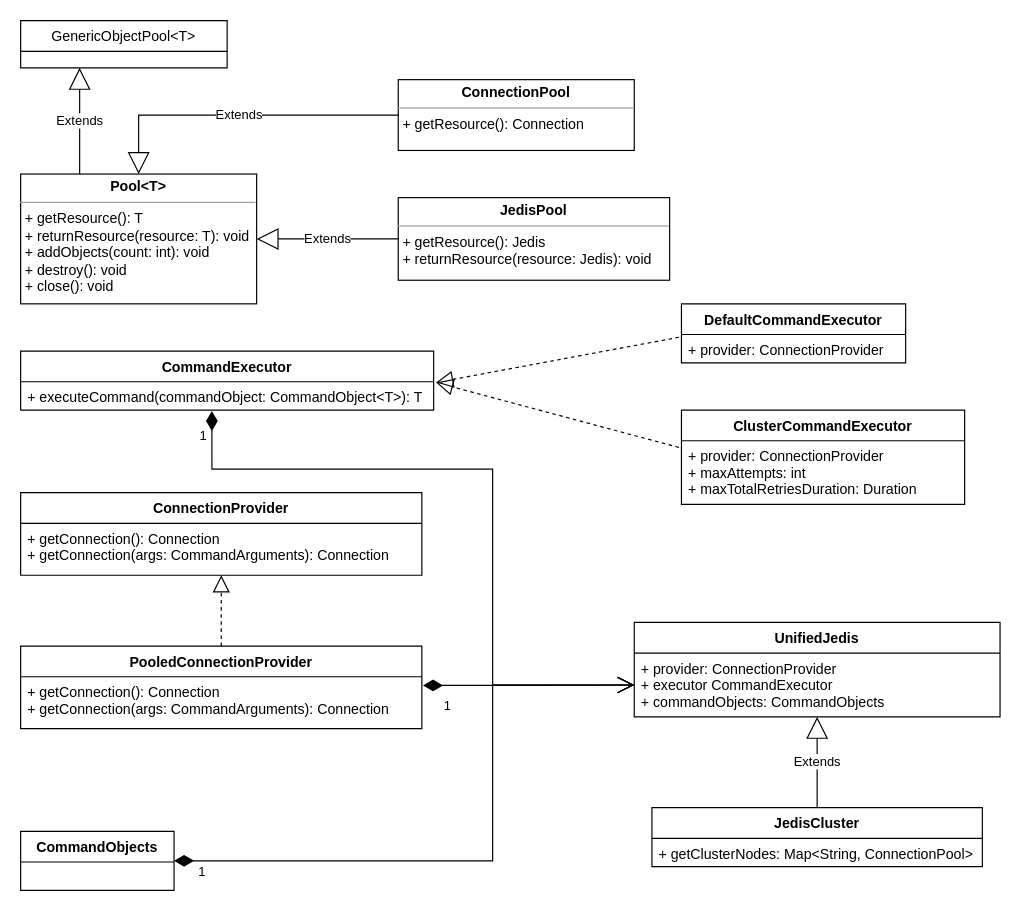
Earlier version of the draw.io diagram Jedis Pool Class UML.drawio (caizhaomin001/drawio). Source tidied: cells renumbered, new cells numbered last; positions are measured from the earlier drawing's top-left corner, leaving out a move shared by most shapes. Both pictures are drawn from the tidied source at 118%, with x=0, y=0 at pixel (20, 20).
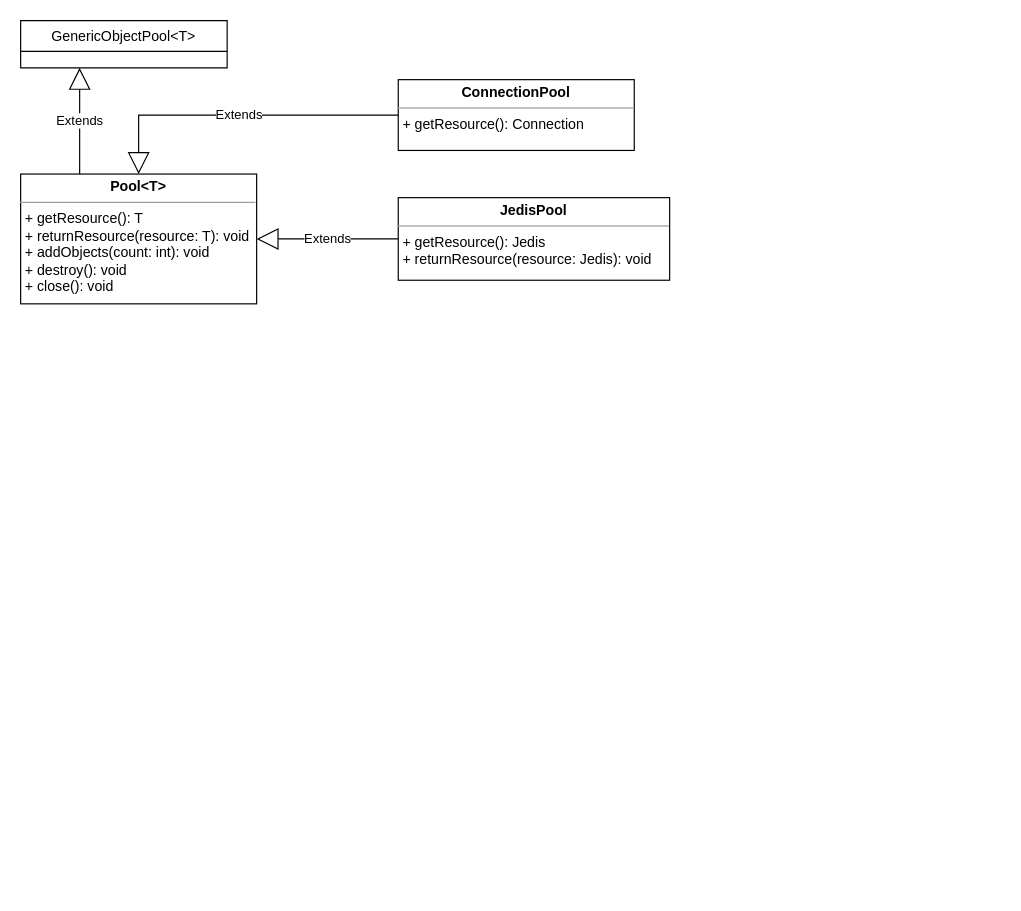
The same diagram, later.

The edit, as a diff of the source:
```diff
@@
-    <mxCell id="5" value="ConnectionProvider" style="swimlane;fontStyle=1;align=center;verticalAlign=top;horizontal=1;startSize=26;" parent="1" vertex="1">
-      <mxGeometry y="400" width="340" height="70" as="geometry" />
-    </mxCell>
-    <mxCell id="6" value="+ getConnection(): Connection&#10;+ getConnection(args: CommandArguments): Connection" style="text;strokeColor=none;fillColor=none;align=left;verticalAlign=top;spacingLeft=4;spacingRight=4;overflow=hidden;" parent="5" vertex="1">
-      <mxGeometry y="26" width="340" height="44" as="geometry" />
-    </mxCell>
-    <mxCell id="7" value="PooledConnectionProvider" style="swimlane;fontStyle=1;align=center;verticalAlign=top;horizontal=1;startSize=26;" parent="1" vertex="1">
-      <mxGeometry y="530" width="340" height="70" as="geometry" />
-    </mxCell>
-    <mxCell id="8" value="+ getConnection(): Connection&#10;+ getConnection(args: CommandArguments): Connection" style="text;strokeColor=none;fillColor=none;align=left;verticalAlign=top;spacingLeft=4;spacingRight=4;overflow=hidden;points=[[0,0.5],[1,0.5]];portConstraint=eastwest;" parent="7" vertex="1">
-      <mxGeometry y="26" width="340" height="44" as="geometry" />
-    </mxCell>
-    <mxCell id="9" value="UnifiedJedis" style="swimlane;fontStyle=1;align=center;verticalAlign=top;horizontal=1;startSize=26;" parent="1" vertex="1">
-      <mxGeometry x="520" y="510" width="310" height="80" as="geometry" />
-    </mxCell>
-    <mxCell id="10" value="+ provider: ConnectionProvider&#10;+ executor CommandExecutor&#10;+ commandObjects: CommandObjects" style="text;strokeColor=none;fillColor=none;align=left;verticalAlign=top;spacingLeft=4;spacingRight=4;overflow=hidden;points=[[0,0.5],[1,0.5]];portConstraint=eastwest;" parent="9" vertex="1">
-      <mxGeometry y="26" width="310" height="54" as="geometry" />
-    </mxCell>
-    <mxCell id="11" value="JedisCluster" style="swimlane;fontStyle=1;align=center;verticalAlign=top;horizontal=1;startSize=26;" parent="1" vertex="1">
-      <mxGeometry x="535" y="667" width="280" height="50" as="geometry" />
-    </mxCell>
-    <mxCell id="12" value="+ getClusterNodes: Map&lt;String, ConnectionPool&gt;" style="text;strokeColor=none;fillColor=none;align=left;verticalAlign=top;spacingLeft=4;spacingRight=4;overflow=hidden;" parent="11" vertex="1">
-      <mxGeometry y="26" width="280" height="24" as="geometry" />
-    </mxCell>
-    <mxCell id="13" value="CommandExecutor" style="swimlane;fontStyle=1;align=center;verticalAlign=top;horizontal=1;startSize=26;" parent="1" vertex="1">
-      <mxGeometry y="280" width="350" height="50" as="geometry" />
-    </mxCell>
-    <mxCell id="14" value="+ executeCommand(commandObject: CommandObject&lt;T&gt;): T&#10;" style="text;strokeColor=none;fillColor=none;align=left;verticalAlign=top;spacingLeft=4;spacingRight=4;overflow=hidden;points=[[0,0.5],[1,0.5]];portConstraint=eastwest;" parent="13" vertex="1">
-      <mxGeometry y="26" width="350" height="24" as="geometry" />
-    </mxCell>
-    <mxCell id="15" value="DefaultCommandExecutor" style="swimlane;fontStyle=1;align=center;verticalAlign=top;horizontal=1;startSize=26;" parent="1" vertex="1">
-      <mxGeometry x="560" y="240" width="190" height="50" as="geometry" />
-    </mxCell>
-    <mxCell id="16" value="+ provider: ConnectionProvider" style="text;strokeColor=none;fillColor=none;align=left;verticalAlign=top;spacingLeft=4;spacingRight=4;overflow=hidden;points=[[0,0.5],[1,0.5]];portConstraint=eastwest;" parent="15" vertex="1">
-      <mxGeometry y="26" width="190" height="24" as="geometry" />
-    </mxCell>
-    <mxCell id="17" value="ClusterCommandExecutor" style="swimlane;fontStyle=1;align=center;verticalAlign=top;horizontal=1;startSize=26;" parent="1" vertex="1">
-      <mxGeometry x="560" y="330" width="240" height="80" as="geometry" />
-    </mxCell>
-    <mxCell id="18" value="+ provider: ConnectionProvider&#10;+ maxAttempts: int&#10;+ maxTotalRetriesDuration: Duration" style="text;strokeColor=none;fillColor=none;align=left;verticalAlign=top;spacingLeft=4;spacingRight=4;overflow=hidden;points=[[0,0.5],[1,0.5]];portConstraint=eastwest;" parent="17" vertex="1">
-      <mxGeometry y="26" width="240" height="54" as="geometry" />
-    </mxCell>
-    <mxCell id="19" style="endArrow=block;dashed=1;endFill=0;endSize=12;html=1;rounded=0;exitX=-0.011;exitY=0.097;exitDx=0;exitDy=0;exitPerimeter=0;entryX=1.006;entryY=0.028;entryDx=0;entryDy=0;entryPerimeter=0;" parent="1" edge="1" source="16" target="14">
-      <mxGeometry relative="1" as="geometry" />
-    </mxCell>
@@
-    <mxCell id="22" style="endArrow=block;dashed=1;endFill=0;endSize=12;html=1;rounded=0;exitX=0.5;exitY=0;exitDx=0;exitDy=0;" parent="1" edge="1" source="7">
-      <mxGeometry relative="1" as="geometry">
-        <mxPoint x="170" y="470" as="targetPoint" />
-      </mxGeometry>
-    </mxCell>
-    <mxCell id="23" value="Extends" style="endArrow=block;endSize=16;endFill=0;html=1;rounded=0;entryX=0.5;entryY=1;entryDx=0;entryDy=0;" parent="1" edge="1" source="11" target="9">
-      <mxGeometry relative="1" as="geometry" />
-    </mxCell>
-    <mxCell id="24" value="CommandObjects" style="swimlane;fontStyle=1;horizontal=1;startSize=26;fillColor=none;" parent="1" vertex="1">
-      <mxGeometry y="687" width="130" height="50" as="geometry" />
-    </mxCell>
-    <mxCell id="25" value="1" style="endArrow=open;html=1;endSize=12;startArrow=diamondThin;startSize=14;startFill=1;edgeStyle=orthogonalEdgeStyle;align=left;verticalAlign=bottom;rounded=0;exitX=1;exitY=0.5;exitDx=0;exitDy=0;entryX=0;entryY=0.5;entryDx=0;entryDy=0;" parent="1" edge="1" source="24" target="10">
-      <mxGeometry x="-0.93" y="-18" relative="1" as="geometry">
-        <Array as="points">
-          <mxPoint x="400" y="712" />
-          <mxPoint x="400" y="563" />
-        </Array>
-      </mxGeometry>
-    </mxCell>
-    <mxCell id="26" value="1" style="endArrow=open;html=1;endSize=12;startArrow=diamondThin;startSize=14;startFill=1;edgeStyle=orthogonalEdgeStyle;align=left;verticalAlign=bottom;rounded=0;entryX=0;entryY=0.5;entryDx=0;entryDy=0;exitX=1.003;exitY=0.167;exitDx=0;exitDy=0;exitPerimeter=0;" parent="1" edge="1" source="8" target="10">
-      <mxGeometry x="-0.82" y="-27" relative="1" as="geometry" />
-    </mxCell>
-    <mxCell id="27" style="endArrow=block;dashed=1;endFill=0;endSize=12;html=1;rounded=0;exitX=-0.009;exitY=0.105;exitDx=0;exitDy=0;exitPerimeter=0;entryX=1.006;entryY=0.028;entryDx=0;entryDy=0;entryPerimeter=0;" parent="1" edge="1" source="18" target="14">
-      <mxGeometry relative="1" as="geometry" />
-    </mxCell>
-    <mxCell id="28" value="1" style="endArrow=open;html=1;endSize=12;startArrow=diamondThin;startSize=14;startFill=1;edgeStyle=orthogonalEdgeStyle;align=left;verticalAlign=bottom;rounded=0;entryX=0;entryY=0.5;entryDx=0;entryDy=0;exitX=0.463;exitY=1.035;exitDx=0;exitDy=0;exitPerimeter=0;" parent="1" edge="1" source="14" target="10">
-      <mxGeometry x="-0.9" y="-12" relative="1" as="geometry">
-        <Array as="points">
-          <mxPoint x="162" y="380" />
-          <mxPoint x="400" y="380" />
-          <mxPoint x="400" y="563" />
-        </Array>
-      </mxGeometry>
-    </mxCell>
```
